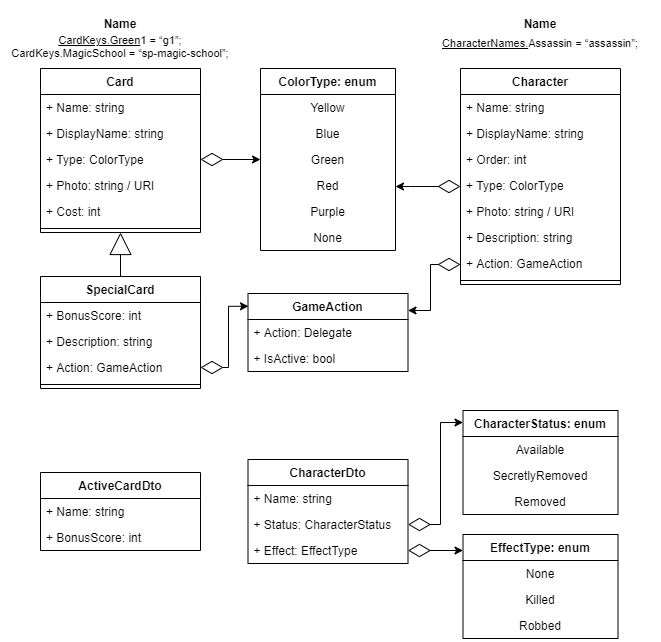
Before: docs/UML-diagram.png, a diagram exported from draw.io (AntonArtomovNM/KCAA). Source tidied: cells renumbered, new cells last; positions are measured from the earlier drawing's top-left corner, leaving out a move shared by most shapes.
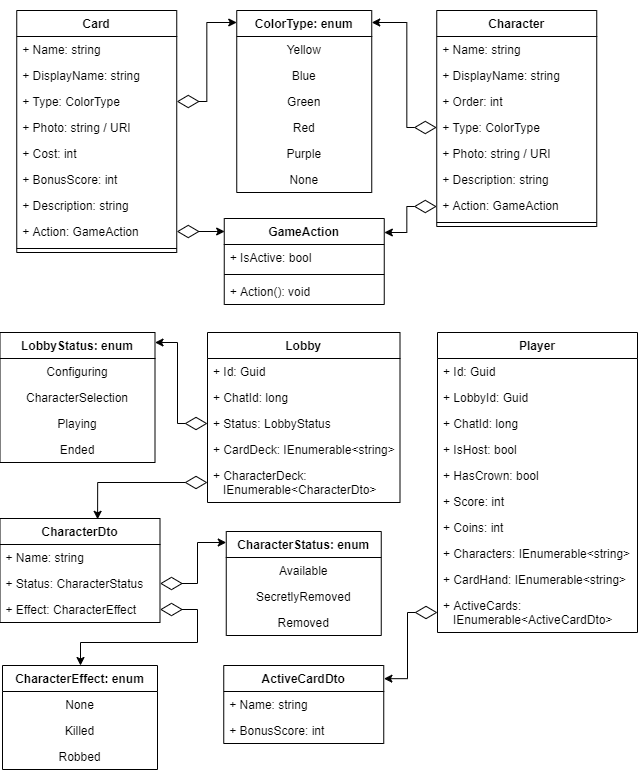
The same diagram one commit later.

What changed in the source:
```diff
@@ -4,19 +4,4 @@
     <mxCell id="1" parent="0" />
-    <mxCell id="2" value="SpecialCard" style="swimlane;fontStyle=1;align=center;verticalAlign=top;horizontal=1;startSize=26;hachureGap=4;" parent="1" vertex="1">
-      <mxGeometry x="40" y="276" width="160" height="112" as="geometry" />
-    </mxCell>
-    <mxCell id="3" value="+ BonusScore: int" style="text;strokeColor=none;fillColor=none;align=left;verticalAlign=top;spacingLeft=4;spacingRight=4;overflow=hidden;" parent="2" vertex="1">
-      <mxGeometry y="26" width="160" height="26" as="geometry" />
-    </mxCell>
-    <mxCell id="4" value="+ Description: string" style="text;strokeColor=none;fillColor=none;align=left;verticalAlign=top;spacingLeft=4;spacingRight=4;overflow=hidden;" parent="2" vertex="1">
-      <mxGeometry y="52" width="160" height="26" as="geometry" />
-    </mxCell>
-    <mxCell id="5" value="+ Action: GameAction" style="text;strokeColor=none;fillColor=none;align=left;verticalAlign=top;spacingLeft=4;spacingRight=4;overflow=hidden;points=[[0,0.5],[1,0.5]];portConstraint=eastwest;" parent="2" vertex="1">
-      <mxGeometry y="78" width="160" height="26" as="geometry" />
-    </mxCell>
-    <mxCell id="6" style="line;strokeWidth=1;fillColor=none;align=left;verticalAlign=middle;spacingTop=-1;spacingLeft=3;spacingRight=3;labelPosition=right;hachureGap=4;labelBackgroundColor=none;fontSize=12;html=0;" parent="2" vertex="1">
-      <mxGeometry y="104" width="160" height="8" as="geometry" />
-    </mxCell>
     <mxCell id="7" value="Character" style="swimlane;fontStyle=1;align=center;verticalAlign=top;horizontal=1;startSize=26;hachureGap=4;" parent="1" vertex="1">
-      <mxGeometry x="460" y="68" width="160" height="216" as="geometry" />
+      <mxGeometry x="459.2" y="48" width="160" height="216" as="geometry" />
     </mxCell>
@@ -47,3 +32,3 @@
     <mxCell id="16" value="ColorType: enum" style="swimlane;fontStyle=1;align=center;verticalAlign=top;horizontal=1;startSize=26;hachureGap=4;labelBackgroundColor=none;fontSize=12;fillColor=none;html=0;" parent="1" vertex="1">
-      <mxGeometry x="260" y="68" width="135" height="182" as="geometry" />
+      <mxGeometry x="259.2" y="48" width="135" height="182" as="geometry" />
     </mxCell>
@@ -67,7 +52,4 @@
     </mxCell>
-    <mxCell id="23" style="edgeStyle=orthogonalEdgeStyle;rounded=0;jettySize=auto;html=1;startArrow=block;startFill=0;startSize=20;endSize=6;endArrow=none;endFill=0;" parent="1" edge="1" source="24" target="2">
-      <mxGeometry relative="1" as="geometry" />
-    </mxCell>
     <mxCell id="24" value="Card" style="swimlane;fontStyle=1;align=center;verticalAlign=top;horizontal=1;startSize=26;hachureGap=4;" parent="1" vertex="1">
-      <mxGeometry x="40" y="68" width="160" height="164" as="geometry" />
+      <mxGeometry x="39.2" y="48" width="160" height="242" as="geometry" />
     </mxCell>
@@ -88,16 +70,28 @@
     </mxCell>
+    <mxCell id="3" value="+ BonusScore: int" style="text;strokeColor=none;fillColor=none;align=left;verticalAlign=top;spacingLeft=4;spacingRight=4;overflow=hidden;" parent="24" vertex="1">
+      <mxGeometry y="156" width="160" height="26" as="geometry" />
+    </mxCell>
+    <mxCell id="4" value="+ Description: string" style="text;strokeColor=none;fillColor=none;align=left;verticalAlign=top;spacingLeft=4;spacingRight=4;overflow=hidden;" parent="24" vertex="1">
+      <mxGeometry y="182" width="160" height="26" as="geometry" />
+    </mxCell>
+    <mxCell id="5" value="+ Action: GameAction" style="text;strokeColor=none;fillColor=none;align=left;verticalAlign=top;spacingLeft=4;spacingRight=4;overflow=hidden;points=[[0,0.5],[1,0.5]];portConstraint=eastwest;" parent="24" vertex="1">
+      <mxGeometry y="208" width="160" height="26" as="geometry" />
+    </mxCell>
     <mxCell id="30" style="line;strokeWidth=1;fillColor=none;align=left;verticalAlign=middle;spacingTop=-1;spacingLeft=3;spacingRight=3;labelPosition=right;hachureGap=4;labelBackgroundColor=none;fontSize=12;html=0;" parent="24" vertex="1">
-      <mxGeometry y="156" width="160" height="8" as="geometry" />
+      <mxGeometry y="234" width="160" height="8" as="geometry" />
     </mxCell>
     <mxCell id="31" value="GameAction" style="swimlane;fontStyle=1;align=center;verticalAlign=top;horizontal=1;startSize=26;" parent="1" vertex="1">
-      <mxGeometry x="247.5" y="293" width="160" height="78" as="geometry" />
+      <mxGeometry x="246.8" y="256" width="160" height="86" as="geometry" />
     </mxCell>
+    <mxCell id="33" value="+ IsActive: bool" style="text;strokeColor=none;fillColor=none;align=left;verticalAlign=top;spacingLeft=4;spacingRight=4;overflow=hidden;" parent="31" vertex="1">
+      <mxGeometry y="26" width="160" height="26" as="geometry" />
+    </mxCell>
+    <mxCell id="61" style="line;strokeWidth=1;fillColor=none;align=left;verticalAlign=middle;spacingTop=-1;spacingLeft=3;spacingRight=3;labelPosition=right;" parent="31" vertex="1">
+      <mxGeometry y="52" width="160" height="8" as="geometry" />
+    </mxCell>
-    <mxCell id="32" value="+ Action: Delegate" style="text;strokeColor=none;fillColor=none;align=left;verticalAlign=top;spacingLeft=4;spacingRight=4;overflow=hidden;" parent="31" vertex="1">
-      <mxGeometry y="26" width="160" height="26" as="geometry" />
+    <mxCell id="32" value="+ Action(): void" style="text;strokeColor=none;fillColor=none;align=left;verticalAlign=top;spacingLeft=4;spacingRight=4;overflow=hidden;" parent="31" vertex="1">
+      <mxGeometry y="60" width="160" height="26" as="geometry" />
     </mxCell>
-    <mxCell id="33" value="+ IsActive: bool" style="text;strokeColor=none;fillColor=none;align=left;verticalAlign=top;spacingLeft=4;spacingRight=4;overflow=hidden;" parent="31" vertex="1">
-      <mxGeometry y="52" width="160" height="26" as="geometry" />
-    </mxCell>
     <mxCell id="34" value="ActiveCardDto" style="swimlane;fontStyle=1;align=center;verticalAlign=top;horizontal=1;startSize=26;" parent="1" vertex="1">
-      <mxGeometry x="40" y="472" width="160" height="78" as="geometry" />
+      <mxGeometry x="246.2" y="703" width="160" height="78" as="geometry" />
     </mxCell>
@@ -110,3 +104,3 @@
     <mxCell id="37" value="CharacterDto" style="swimlane;fontStyle=1;align=center;verticalAlign=top;horizontal=1;startSize=26;" parent="1" vertex="1">
-      <mxGeometry x="247.5" y="459" width="160" height="104" as="geometry" />
+      <mxGeometry x="22.5" y="556" width="160" height="104" as="geometry" />
     </mxCell>
@@ -118,3 +112,3 @@
     </mxCell>
-    <mxCell id="40" value="+ Effect: EffectType" style="text;strokeColor=none;fillColor=none;align=left;verticalAlign=top;spacingLeft=4;spacingRight=4;overflow=hidden;points=[[0,0.5],[1,0.5]];portConstraint=eastwest;" parent="37" vertex="1">
+    <mxCell id="40" value="+ Effect: CharacterEffect" style="text;strokeColor=none;fillColor=none;align=left;verticalAlign=top;spacingLeft=4;spacingRight=4;overflow=hidden;points=[[0,0.5],[1,0.5]];portConstraint=eastwest;" parent="37" vertex="1">
       <mxGeometry y="78" width="160" height="26" as="geometry" />
@@ -122,3 +116,3 @@
     <mxCell id="41" value="CharacterStatus: enum" style="swimlane;fontStyle=1;align=center;verticalAlign=top;horizontal=1;startSize=26;hachureGap=4;labelBackgroundColor=none;fontSize=12;fillColor=none;html=0;" parent="1" vertex="1">
-      <mxGeometry x="462.5" y="410" width="155" height="104" as="geometry" />
+      <mxGeometry x="248.8" y="569" width="155" height="104" as="geometry" />
     </mxCell>
@@ -133,4 +127,4 @@
     </mxCell>
-    <mxCell id="45" value="EffectType: enum" style="swimlane;fontStyle=1;align=center;verticalAlign=top;horizontal=1;startSize=26;hachureGap=4;labelBackgroundColor=none;fontSize=12;fillColor=none;html=0;" parent="1" vertex="1">
-      <mxGeometry x="462.5" y="534" width="155" height="104" as="geometry" />
+    <mxCell id="45" value="CharacterEffect: enum" style="swimlane;fontStyle=1;align=center;verticalAlign=top;horizontal=1;startSize=26;hachureGap=4;labelBackgroundColor=none;fontSize=12;fillColor=none;html=0;" parent="1" vertex="1">
+      <mxGeometry x="25" y="703" width="155" height="104" as="geometry" />
     </mxCell>
@@ -145,7 +139,7 @@
     </mxCell>
-    <mxCell id="49" style="edgeStyle=orthogonalEdgeStyle;rounded=0;jettySize=auto;html=1;startArrow=diamondThin;startFill=0;endSize=6;startSize=20;" parent="1" edge="1" source="27" target="16">
+    <mxCell id="49" style="edgeStyle=orthogonalEdgeStyle;rounded=0;jettySize=auto;html=1;startArrow=diamondThin;startFill=0;endSize=6;startSize=20;exitX=1;exitY=0.5;exitDx=0;exitDy=0;" parent="1" edge="1" source="27" target="16">
       <mxGeometry relative="1" as="geometry">
         <Array as="points">
-          <mxPoint x="260" y="159" />
-          <mxPoint x="260" y="159" />
+          <mxPoint x="229.2" y="139" />
+          <mxPoint x="229.2" y="60" />
         </Array>
@@ -156,4 +150,4 @@
         <Array as="points">
-          <mxPoint x="410" y="186" />
-          <mxPoint x="410" y="186" />
+          <mxPoint x="429.2" y="165" />
+          <mxPoint x="429.2" y="60" />
         </Array>
@@ -164,4 +158,4 @@
         <Array as="points">
-          <mxPoint x="228" y="367" />
-          <mxPoint x="228" y="306" />
+          <mxPoint x="239.2" y="269" />
+          <mxPoint x="239.2" y="269" />
         </Array>
@@ -169,7 +163,7 @@
     </mxCell>
-    <mxCell id="52" style="edgeStyle=orthogonalEdgeStyle;rounded=0;jettySize=auto;html=1;startArrow=diamondThin;startFill=0;endArrow=classic;endFill=1;startSize=20;endSize=6;" parent="1" edge="1" source="14" target="31">
+    <mxCell id="52" style="edgeStyle=orthogonalEdgeStyle;rounded=0;jettySize=auto;html=1;startArrow=diamondThin;startFill=0;endArrow=classic;endFill=1;startSize=20;endSize=6;entryX=1.001;entryY=0.177;entryDx=0;entryDy=0;entryPerimeter=0;" parent="1" edge="1" source="14" target="31">
       <mxGeometry relative="1" as="geometry">
         <Array as="points">
-          <mxPoint x="430" y="264" />
-          <mxPoint x="430" y="310" />
+          <mxPoint x="429.2" y="244" />
+          <mxPoint x="429.2" y="270" />
         </Array>
@@ -180,4 +174,4 @@
         <Array as="points">
-          <mxPoint x="440" y="524" />
-          <mxPoint x="440" y="422" />
+          <mxPoint x="220" y="621" />
+          <mxPoint x="220" y="580" />
         </Array>
@@ -188,4 +182,5 @@
         <Array as="points">
-          <mxPoint x="500" y="550" />
-          <mxPoint x="500" y="550" />
+          <mxPoint x="220" y="647" />
+          <mxPoint x="220" y="680" />
+          <mxPoint x="103" y="680" />
         </Array>
@@ -193,20 +188,91 @@
     </mxCell>
-    <mxCell id="55" style="group;" parent="1" vertex="1">
-      <mxGeometry y="10" width="240" height="46" as="geometry" />
-    </mxCell>
-    <mxCell id="56" value="&#10;&#10;&lt;a class=&quot;anchor-url&quot; href=&quot;https://cardkeys.green/&quot; target=&quot;_blank&quot; style=&quot;box-sizing: inherit ; text-decoration: underline ; font-size: 11px ; font-style: normal ; font-weight: 400 ; letter-spacing: normal ; text-indent: 0px ; text-transform: none ; word-spacing: 0px&quot;&gt;CardKeys.Green&lt;/a&gt;&lt;span style=&quot;font-size: 11px ; font-style: normal ; font-weight: 400 ; letter-spacing: normal ; text-indent: 0px ; text-transform: none ; word-spacing: 0px ; display: inline ; float: none&quot;&gt;1 = “g1”;&#10;CardKeys.MagicSchool = “sp-magic-school”;&lt;/span&gt;&#10;&#10;" style="text;html=1;strokeColor=none;fillColor=none;align=center;verticalAlign=middle;whiteSpace=wrap;rounded=0;hachureGap=4;fontSize=11;fontColor=#000000;labelBackgroundColor=none;" parent="55" vertex="1">
-      <mxGeometry y="26" width="240" height="20" as="geometry" />
-    </mxCell>
-    <mxCell id="57" value="Name" style="text;strokeColor=none;fillColor=none;align=center;verticalAlign=top;spacingLeft=4;spacingRight=4;overflow=hidden;fontStyle=1;" parent="55" vertex="1">
-      <mxGeometry x="70.6" width="98.8" height="26" as="geometry" />
-    </mxCell>
-    <mxCell id="58" style="group;" parent="1" vertex="1">
-      <mxGeometry x="420" width="240" height="46" as="geometry" />
-    </mxCell>
-    <mxCell id="59" value="&lt;br&gt;&lt;br&gt;&lt;a class=&quot;anchor-url&quot; href=&quot;https://cardkeys.green/&quot; target=&quot;_blank&quot; style=&quot;box-sizing: inherit ; text-decoration: underline ; font-size: 11px ; font-style: normal ; font-weight: 400 ; letter-spacing: normal ; text-indent: 0px ; text-transform: none ; word-spacing: 0px&quot;&gt;CharacterNames.&lt;/a&gt;Assassin&lt;span style=&quot;font-size: 11px ; font-style: normal ; font-weight: 400 ; letter-spacing: normal ; text-indent: 0px ; text-transform: none ; word-spacing: 0px ; display: inline ; float: none&quot;&gt;&amp;nbsp;= “assassin”;&lt;br&gt;&lt;/span&gt;&lt;br&gt;" style="text;html=1;strokeColor=none;fillColor=none;align=center;verticalAlign=middle;whiteSpace=wrap;rounded=0;hachureGap=4;fontSize=11;fontColor=#000000;labelBackgroundColor=none;" parent="58" vertex="1">
-      <mxGeometry y="26" width="240" height="20" as="geometry" />
-    </mxCell>
-    <mxCell id="60" value="Name" style="text;strokeColor=none;fillColor=none;align=center;verticalAlign=top;spacingLeft=4;spacingRight=4;overflow=hidden;fontStyle=1;" parent="58" vertex="1">
-      <mxGeometry x="70.6" y="10" width="98.8" height="26" as="geometry" />
-    </mxCell>
+    <mxCell id="62" value="LobbyStatus: enum" style="swimlane;fontStyle=1;align=center;verticalAlign=top;horizontal=1;startSize=26;hachureGap=4;labelBackgroundColor=none;fontSize=12;fillColor=none;html=0;" parent="1" vertex="1">
+      <mxGeometry x="22.5" y="370" width="155" height="130" as="geometry" />
+    </mxCell>
+    <mxCell id="63" value="Configuring" style="text;strokeColor=none;fillColor=none;align=center;verticalAlign=top;spacingLeft=4;spacingRight=4;overflow=hidden;hachureGap=4;labelBackgroundColor=none;fontSize=12;html=0;" parent="62" vertex="1">
+      <mxGeometry y="26" width="155" height="26" as="geometry" />
+    </mxCell>
+    <mxCell id="64" value="CharacterSelection" style="text;strokeColor=none;fillColor=none;align=center;verticalAlign=top;spacingLeft=4;spacingRight=4;overflow=hidden;hachureGap=4;labelBackgroundColor=none;fontSize=12;html=0;" parent="62" vertex="1">
+      <mxGeometry y="52" width="155" height="26" as="geometry" />
+    </mxCell>
+    <mxCell id="65" value="Playing" style="text;strokeColor=none;fillColor=none;align=center;verticalAlign=top;spacingLeft=4;spacingRight=4;overflow=hidden;hachureGap=4;labelBackgroundColor=none;fontSize=12;html=0;" parent="62" vertex="1">
+      <mxGeometry y="78" width="155" height="26" as="geometry" />
+    </mxCell>
+    <mxCell id="66" value="Ended" style="text;strokeColor=none;fillColor=none;align=center;verticalAlign=top;spacingLeft=4;spacingRight=4;overflow=hidden;hachureGap=4;labelBackgroundColor=none;fontSize=12;html=0;" parent="62" vertex="1">
+      <mxGeometry y="104" width="155" height="26" as="geometry" />
+    </mxCell>
+    <mxCell id="67" value="Lobby" style="swimlane;fontStyle=1;align=center;verticalAlign=top;horizontal=1;startSize=26;" parent="1" vertex="1">
+      <mxGeometry x="230" y="370" width="192.5" height="170" as="geometry" />
+    </mxCell>
+    <mxCell id="68" value="+ Id: Guid" style="text;strokeColor=none;fillColor=none;align=left;verticalAlign=top;spacingLeft=4;spacingRight=4;overflow=hidden;" parent="67" vertex="1">
+      <mxGeometry y="26" width="192.5" height="26" as="geometry" />
+    </mxCell>
+    <mxCell id="69" value="+ ChatId: long" style="text;strokeColor=none;fillColor=none;align=left;verticalAlign=top;spacingLeft=4;spacingRight=4;overflow=hidden;" parent="67" vertex="1">
+      <mxGeometry y="52" width="192.5" height="26" as="geometry" />
+    </mxCell>
+    <mxCell id="70" value="+ Status: LobbyStatus" style="text;strokeColor=none;fillColor=none;align=left;verticalAlign=top;spacingLeft=4;spacingRight=4;overflow=hidden;points=[[0,0.5],[1,0.5]];portConstraint=eastwest;" parent="67" vertex="1">
+      <mxGeometry y="78" width="192.5" height="26" as="geometry" />
+    </mxCell>
+    <mxCell id="71" value="+ CardDeck: IEnumerable&lt;string&gt;" style="text;strokeColor=none;fillColor=none;align=left;verticalAlign=top;spacingLeft=4;spacingRight=4;overflow=hidden;" parent="67" vertex="1">
+      <mxGeometry y="104" width="192.5" height="26" as="geometry" />
+    </mxCell>
+    <mxCell id="72" value="+ CharacterDeck: &#10;   IEnumerable&lt;CharacterDto&gt;" style="text;strokeColor=none;fillColor=none;align=left;verticalAlign=top;spacingLeft=4;spacingRight=4;overflow=hidden;points=[[0,0.5],[1,0.5]];portConstraint=eastwest;" parent="67" vertex="1">
+      <mxGeometry y="130" width="192.5" height="40" as="geometry" />
+    </mxCell>
+    <mxCell id="73" style="edgeStyle=orthogonalEdgeStyle;rounded=0;jettySize=auto;html=1;startArrow=diamondThin;startFill=0;endArrow=classic;endFill=1;startSize=20;endSize=6;exitX=0;exitY=0.5;exitDx=0;exitDy=0;" parent="1" edge="1" source="70" target="62">
+      <mxGeometry relative="1" as="geometry">
+        <Array as="points">
+          <mxPoint x="200" y="461" />
+          <mxPoint x="200" y="380" />
+        </Array>
+      </mxGeometry>
+    </mxCell>
+    <mxCell id="74" value="Player" style="swimlane;fontStyle=1;align=center;verticalAlign=top;horizontal=1;startSize=26;" parent="1" vertex="1">
+      <mxGeometry x="460" y="370" width="200" height="300" as="geometry" />
+    </mxCell>
+    <mxCell id="75" value="+ Id: Guid" style="text;strokeColor=none;fillColor=none;align=left;verticalAlign=top;spacingLeft=4;spacingRight=4;overflow=hidden;" parent="74" vertex="1">
+      <mxGeometry y="26" width="200" height="26" as="geometry" />
+    </mxCell>
+    <mxCell id="76" value="+ LobbyId: Guid " style="text;strokeColor=none;fillColor=none;align=left;verticalAlign=top;spacingLeft=4;spacingRight=4;overflow=hidden;" parent="74" vertex="1">
+      <mxGeometry y="52" width="200" height="26" as="geometry" />
+    </mxCell>
+    <mxCell id="77" value="+ ChatId: long" style="text;strokeColor=none;fillColor=none;align=left;verticalAlign=top;spacingLeft=4;spacingRight=4;overflow=hidden;" parent="74" vertex="1">
+      <mxGeometry y="78" width="200" height="26" as="geometry" />
+    </mxCell>
+    <mxCell id="78" value="+ IsHost: bool" style="text;strokeColor=none;fillColor=none;align=left;verticalAlign=top;spacingLeft=4;spacingRight=4;overflow=hidden;" parent="74" vertex="1">
+      <mxGeometry y="104" width="200" height="26" as="geometry" />
+    </mxCell>
+    <mxCell id="79" value="+ HasCrown: bool" style="text;strokeColor=none;fillColor=none;align=left;verticalAlign=top;spacingLeft=4;spacingRight=4;overflow=hidden;" parent="74" vertex="1">
+      <mxGeometry y="130" width="200" height="26" as="geometry" />
+    </mxCell>
+    <mxCell id="80" value="+ Score: int" style="text;strokeColor=none;fillColor=none;align=left;verticalAlign=top;spacingLeft=4;spacingRight=4;overflow=hidden;" parent="74" vertex="1">
+      <mxGeometry y="156" width="200" height="26" as="geometry" />
+    </mxCell>
+    <mxCell id="81" value="+ Coins: int" style="text;strokeColor=none;fillColor=none;align=left;verticalAlign=top;spacingLeft=4;spacingRight=4;overflow=hidden;" parent="74" vertex="1">
+      <mxGeometry y="182" width="200" height="26" as="geometry" />
+    </mxCell>
+    <mxCell id="82" value="+ Characters: IEnumerable&lt;string&gt;" style="text;strokeColor=none;fillColor=none;align=left;verticalAlign=top;spacingLeft=4;spacingRight=4;overflow=hidden;" parent="74" vertex="1">
+      <mxGeometry y="208" width="200" height="26" as="geometry" />
+    </mxCell>
+    <mxCell id="83" value="+ CardHand: IEnumerable&lt;string&gt;" style="text;strokeColor=none;fillColor=none;align=left;verticalAlign=top;spacingLeft=4;spacingRight=4;overflow=hidden;" parent="74" vertex="1">
+      <mxGeometry y="234" width="200" height="26" as="geometry" />
+    </mxCell>
+    <mxCell id="84" value="+ ActiveCards: &#10;   IEnumerable&lt;ActiveCardDto&gt;" style="text;strokeColor=none;fillColor=none;align=left;verticalAlign=top;spacingLeft=4;spacingRight=4;overflow=hidden;points=[[0,0.5],[1,0.5]];portConstraint=eastwest;" parent="74" vertex="1">
+      <mxGeometry y="260" width="200" height="40" as="geometry" />
+    </mxCell>
+    <mxCell id="85" style="edgeStyle=orthogonalEdgeStyle;rounded=0;jettySize=auto;html=1;startArrow=diamondThin;startFill=0;endArrow=classic;endFill=1;startSize=20;endSize=6;exitX=0;exitY=0.5;exitDx=0;exitDy=0;entryX=0.61;entryY=0.008;entryDx=0;entryDy=0;entryPerimeter=0;" parent="1" edge="1" source="72" target="37">
+      <mxGeometry relative="1" as="geometry">
+        <Array as="points">
+          <mxPoint x="120" y="520" />
+        </Array>
+      </mxGeometry>
+    </mxCell>
+    <mxCell id="86" style="edgeStyle=orthogonalEdgeStyle;rounded=0;jettySize=auto;html=1;startArrow=diamondThin;startFill=0;endArrow=classic;endFill=1;startSize=20;endSize=6;exitX=0;exitY=0.5;exitDx=0;exitDy=0;entryX=1.001;entryY=0.169;entryDx=0;entryDy=0;entryPerimeter=0;" parent="1" edge="1" source="84" target="34">
+      <mxGeometry relative="1" as="geometry">
+        <Array as="points">
+          <mxPoint x="430" y="650" />
+          <mxPoint x="430" y="716" />
+        </Array>
+      </mxGeometry>
+    </mxCell>
   </root>
```
